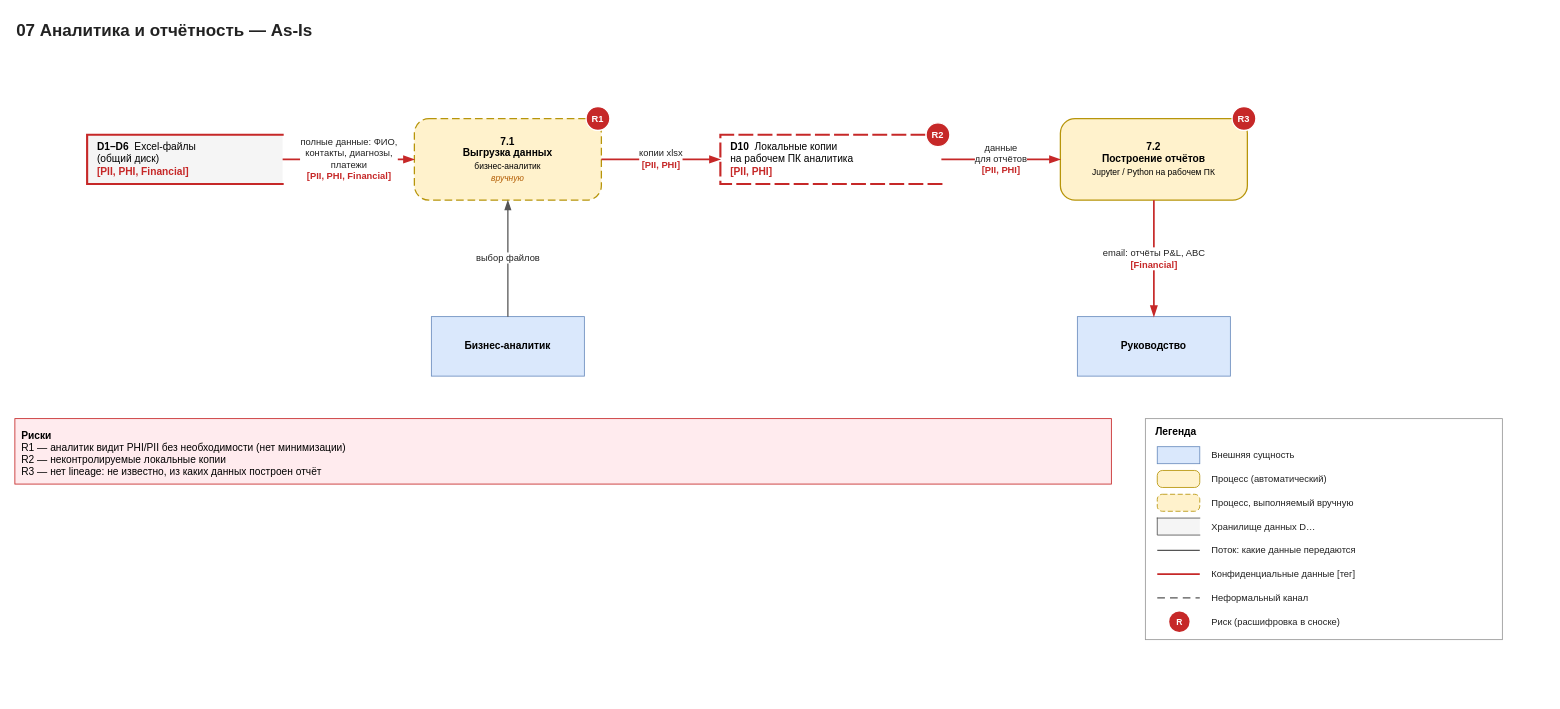
Earlier version of the draw.io diagram page "As-Is" (1 of 2) of Task1/dfd/07-analitika.drawio (iudanet/architecture-medikamente). Source tidied: cells renumbered, new cells numbered last; positions are measured from the earlier drawing's top-left corner, leaving out a move shared by most shapes. Both pictures are drawn from the tidied source at 85%, with x=0, y=0 at pixel (14, 14).
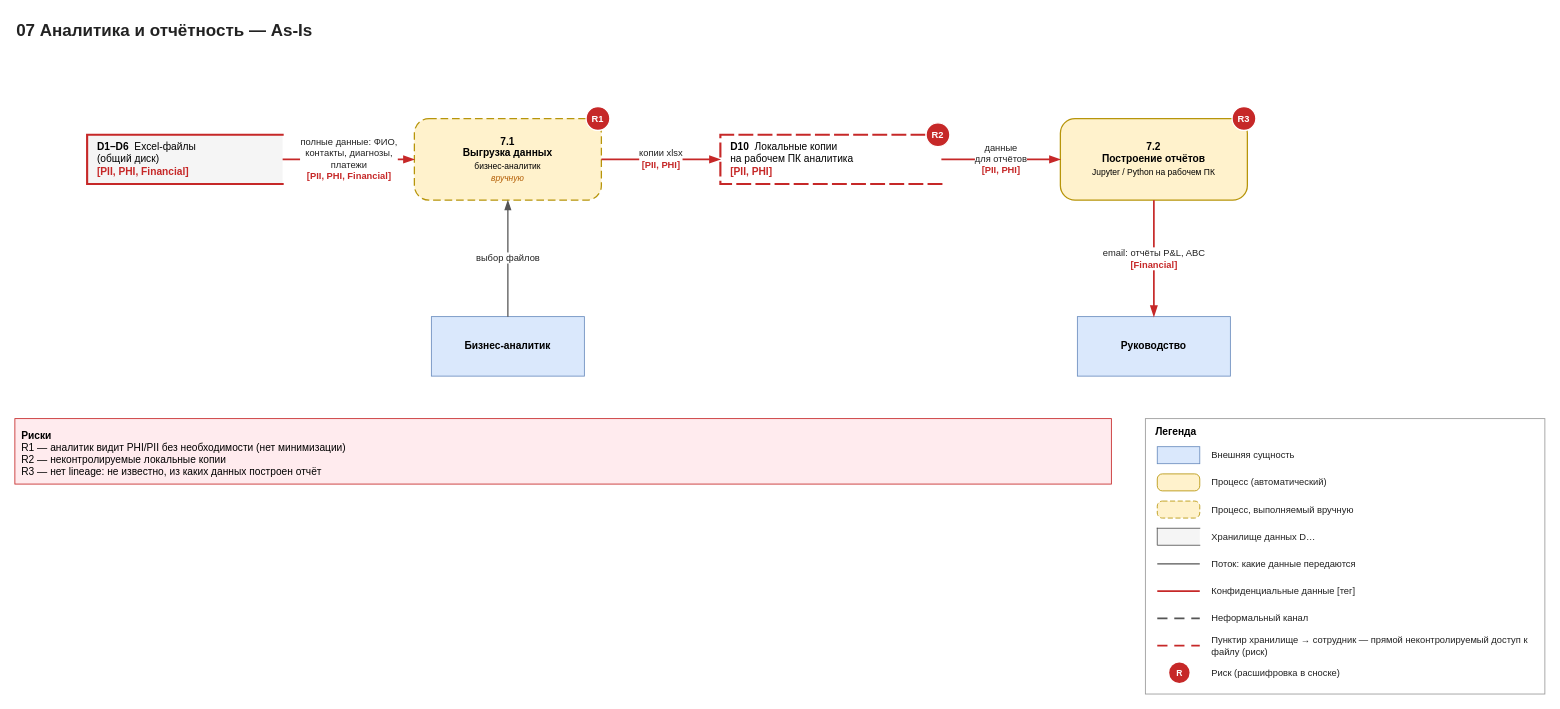
The same diagram, later.

Diff of the diagram source:
```diff
@@
     <mxCell id="18" value="&lt;b&gt;Легенда&lt;/b&gt;" style="rounded=0;whiteSpace=wrap;html=1;fillColor=#FFFFFF;strokeColor=#999999;align=left;verticalAlign=top;spacingLeft=10;spacingTop=2;fontSize=12;" parent="1" vertex="1">
-      <mxGeometry x="1330" y="475" width="420" height="260" as="geometry" />
+      <mxGeometry x="1330" y="475" width="470" height="324" as="geometry" />
     </mxCell>
@@
     <mxCell id="20" value="Внешняя сущность" style="text;html=1;whiteSpace=wrap;align=left;verticalAlign=middle;fontSize=11;fontColor=#222222;" parent="1" vertex="1">
-      <mxGeometry x="1406" y="505" width="336" height="26" as="geometry" />
+      <mxGeometry x="1406" y="503" width="386" height="30" as="geometry" />
     </mxCell>
     <mxCell id="21" style="rounded=1;arcSize=30;html=1;fillColor=#FFF2CC;strokeColor=#B7950B;" parent="1" vertex="1">
-      <mxGeometry x="1344" y="536" width="50" height="20" as="geometry" />
+      <mxGeometry x="1344" y="540" width="50" height="20" as="geometry" />
     </mxCell>
     <mxCell id="22" value="Процесс (автоматический)" style="text;html=1;whiteSpace=wrap;align=left;verticalAlign=middle;fontSize=11;fontColor=#222222;" parent="1" vertex="1">
-      <mxGeometry x="1406" y="533" width="336" height="26" as="geometry" />
+      <mxGeometry x="1406" y="535" width="386" height="30" as="geometry" />
     </mxCell>
     <mxCell id="23" style="rounded=1;arcSize=30;html=1;fillColor=#FFF2CC;strokeColor=#B7950B;dashed=1;dashPattern=6 3;" parent="1" vertex="1">
-      <mxGeometry x="1344" y="564" width="50" height="20" as="geometry" />
+      <mxGeometry x="1344" y="572" width="50" height="20" as="geometry" />
     </mxCell>
     <mxCell id="24" value="Процесс, выполняемый вручную" style="text;html=1;whiteSpace=wrap;align=left;verticalAlign=middle;fontSize=11;fontColor=#222222;" parent="1" vertex="1">
-      <mxGeometry x="1406" y="561" width="336" height="26" as="geometry" />
+      <mxGeometry x="1406" y="567" width="386" height="30" as="geometry" />
     </mxCell>
     <mxCell id="25" style="shape=partialRectangle;right=0;html=1;fillColor=#F5F5F5;strokeColor=#555555;" parent="1" vertex="1">
-      <mxGeometry x="1344" y="592" width="50" height="20" as="geometry" />
+      <mxGeometry x="1344" y="604" width="50" height="20" as="geometry" />
     </mxCell>
     <mxCell id="26" value="Хранилище данных D…" style="text;html=1;whiteSpace=wrap;align=left;verticalAlign=middle;fontSize=11;fontColor=#222222;" parent="1" vertex="1">
-      <mxGeometry x="1406" y="589" width="336" height="26" as="geometry" />
+      <mxGeometry x="1406" y="599" width="386" height="30" as="geometry" />
     </mxCell>
     <mxCell id="27" style="shape=line;html=1;strokeColor=#555555;strokeWidth=1.5;" parent="1" vertex="1">
-      <mxGeometry x="1344" y="624" width="50" height="12" as="geometry" />
+      <mxGeometry x="1344" y="640" width="50" height="12" as="geometry" />
     </mxCell>
     <mxCell id="28" value="Поток: какие данные передаются" style="text;html=1;whiteSpace=wrap;align=left;verticalAlign=middle;fontSize=11;fontColor=#222222;" parent="1" vertex="1">
-      <mxGeometry x="1406" y="617" width="336" height="26" as="geometry" />
+      <mxGeometry x="1406" y="631" width="386" height="30" as="geometry" />
     </mxCell>
     <mxCell id="29" style="shape=line;html=1;strokeColor=#C62828;strokeWidth=2;" parent="1" vertex="1">
-      <mxGeometry x="1344" y="652" width="50" height="12" as="geometry" />
+      <mxGeometry x="1344" y="672" width="50" height="12" as="geometry" />
     </mxCell>
     <mxCell id="30" value="Конфиденциальные данные [тег]" style="text;html=1;whiteSpace=wrap;align=left;verticalAlign=middle;fontSize=11;fontColor=#222222;" parent="1" vertex="1">
-      <mxGeometry x="1406" y="645" width="336" height="26" as="geometry" />
+      <mxGeometry x="1406" y="663" width="386" height="30" as="geometry" />
     </mxCell>
-    <mxCell id="31" style="shape=line;html=1;strokeColor=#555555;strokeWidth=1.5;dashed=1;dashPattern=6 4;" parent="1" vertex="1">
-      <mxGeometry x="1344" y="680" width="50" height="12" as="geometry" />
+    <mxCell id="31" style="shape=line;html=1;strokeColor=#555555;strokeWidth=2;dashed=1;dashPattern=6 4;" parent="1" vertex="1">
+      <mxGeometry x="1344" y="704" width="50" height="12" as="geometry" />
     </mxCell>
     <mxCell id="32" value="Неформальный канал" style="text;html=1;whiteSpace=wrap;align=left;verticalAlign=middle;fontSize=11;fontColor=#222222;" parent="1" vertex="1">
-      <mxGeometry x="1406" y="673" width="336" height="26" as="geometry" />
+      <mxGeometry x="1406" y="695" width="386" height="30" as="geometry" />
     </mxCell>
-    <mxCell id="33" value="&lt;b&gt;R&lt;/b&gt;" style="ellipse;html=1;fillColor=#C62828;strokeColor=none;fontColor=#FFFFFF;fontSize=10;" parent="1" vertex="1">
-      <mxGeometry x="1358" y="702" width="24" height="24" as="geometry" />
+    <mxCell id="33" style="shape=line;html=1;strokeColor=#C62828;strokeWidth=2;dashed=1;dashPattern=6 4;" parent="1" vertex="1">
+      <mxGeometry x="1344" y="736" width="50" height="12" as="geometry" />
     </mxCell>
-    <mxCell id="34" value="Риск (расшифровка в сноске)" style="text;html=1;whiteSpace=wrap;align=left;verticalAlign=middle;fontSize=11;fontColor=#222222;" parent="1" vertex="1">
-      <mxGeometry x="1406" y="701" width="336" height="26" as="geometry" />
+    <mxCell id="34" value="Пунктир хранилище → сотрудник — прямой неконтролируемый доступ к файлу (риск)" style="text;html=1;whiteSpace=wrap;align=left;verticalAlign=middle;fontSize=11;fontColor=#222222;" parent="1" vertex="1">
+      <mxGeometry x="1406" y="727" width="386" height="30" as="geometry" />
     </mxCell>
+    <mxCell id="35" value="&lt;b&gt;R&lt;/b&gt;" style="ellipse;html=1;fillColor=#C62828;strokeColor=none;fontColor=#FFFFFF;fontSize=10;" parent="1" vertex="1">
+      <mxGeometry x="1358" y="762" width="24" height="24" as="geometry" />
+    </mxCell>
+    <mxCell id="36" value="Риск (расшифровка в сноске)" style="text;html=1;whiteSpace=wrap;align=left;verticalAlign=middle;fontSize=11;fontColor=#222222;" parent="1" vertex="1">
+      <mxGeometry x="1406" y="759" width="386" height="30" as="geometry" />
+    </mxCell>
```
